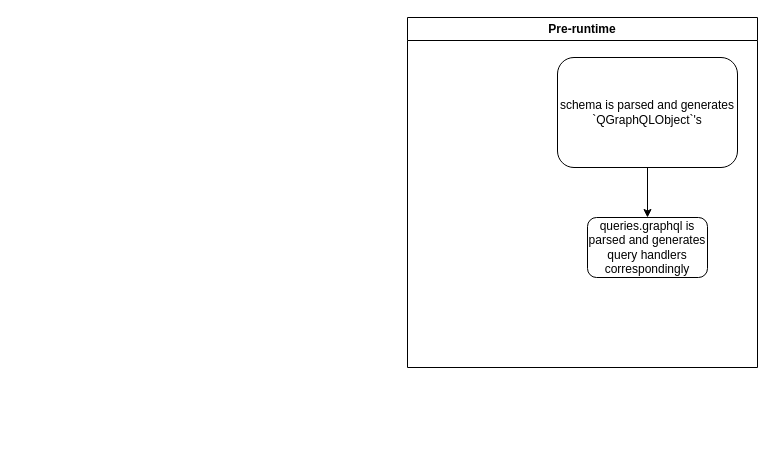
The draw.io diagram qtgql/Untitled Diagram.drawio in nrbnlulu/diagrams, before the edit. Source tidied: cells renumbered, new cells numbered last; positions are measured from the earlier drawing's top-left corner, leaving out a move shared by most shapes. Both pictures are drawn from the tidied source at 100%, with x=0, y=0 at pixel (407, 17).
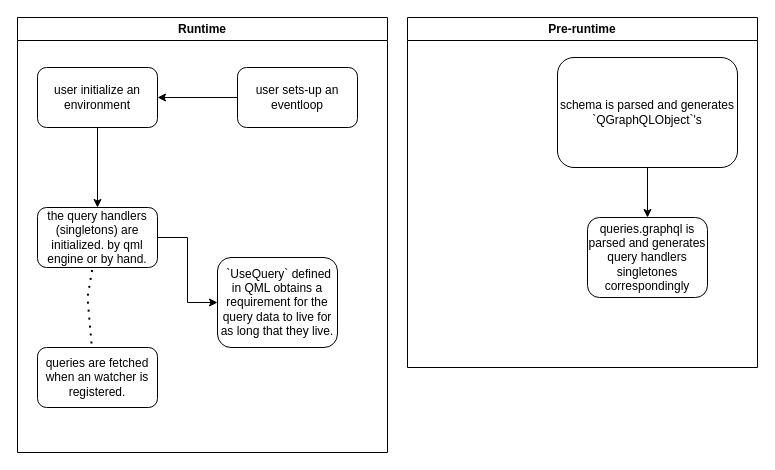
Above is the later version.

The edit, as a diff of the source:
```diff
@@
 <mxGraphModel>
   <root>
     <mxCell id="0" />
     <mxCell id="1" parent="0" />
     <mxCell id="2" value="Pre-runtime&lt;br&gt;" style="swimlane;whiteSpace=wrap;html=1;" parent="1" vertex="1">
       <mxGeometry width="350" height="350" as="geometry" />
     </mxCell>
     <mxCell id="3" style="edgeStyle=orthogonalEdgeStyle;rounded=0;jettySize=auto;html=1;" parent="2" edge="1" source="4" target="5">
       <mxGeometry relative="1" as="geometry" />
     </mxCell>
     <mxCell id="4" value="schema is parsed and generates `QGraphQLObject`'s" style="rounded=1;whiteSpace=wrap;html=1;" parent="2" vertex="1">
       <mxGeometry x="150" y="40" width="180" height="110" as="geometry" />
     </mxCell>
-    <mxCell id="5" value="queries.graphql is parsed and generates query handlers correspondingly" style="whiteSpace=wrap;html=1;rounded=1;" parent="2" vertex="1">
-      <mxGeometry x="180" y="200" width="120" height="60" as="geometry" />
+    <mxCell id="5" value="queries.graphql is parsed and generates query handlers singletones correspondingly" style="whiteSpace=wrap;html=1;rounded=1;" parent="2" vertex="1">
+      <mxGeometry x="180" y="200" width="120" height="80" as="geometry" />
     </mxCell>
+    <mxCell id="6" value="Runtime&lt;br&gt;" style="swimlane;whiteSpace=wrap;html=1;" parent="1" vertex="1">
+      <mxGeometry x="-390" width="370" height="435" as="geometry" />
+    </mxCell>
+    <mxCell id="7" style="edgeStyle=orthogonalEdgeStyle;rounded=0;jettySize=auto;html=1;" parent="6" edge="1" source="8" target="10">
+      <mxGeometry relative="1" as="geometry" />
+    </mxCell>
+    <mxCell id="8" value="user sets-up an eventloop" style="rounded=1;whiteSpace=wrap;html=1;" parent="6" vertex="1">
+      <mxGeometry x="220" y="50" width="120" height="60" as="geometry" />
+    </mxCell>
+    <mxCell id="9" style="edgeStyle=orthogonalEdgeStyle;rounded=0;jettySize=auto;html=1;" parent="6" edge="1" source="10" target="12">
+      <mxGeometry relative="1" as="geometry" />
+    </mxCell>
+    <mxCell id="10" value="user initialize an environment" style="whiteSpace=wrap;html=1;rounded=1;" parent="6" vertex="1">
+      <mxGeometry x="20" y="50" width="120" height="60" as="geometry" />
+    </mxCell>
+    <mxCell id="11" style="edgeStyle=orthogonalEdgeStyle;rounded=0;jettySize=auto;html=1;" parent="6" edge="1" source="12" target="13">
+      <mxGeometry relative="1" as="geometry" />
+    </mxCell>
+    <mxCell id="12" value="the query handlers (singletons) are initialized. by qml engine or by hand." style="whiteSpace=wrap;html=1;rounded=1;" parent="6" vertex="1">
+      <mxGeometry x="20" y="190" width="120" height="60" as="geometry" />
+    </mxCell>
+    <mxCell id="13" value="&amp;nbsp;`UseQuery` defined in QML obtains a requirement for the query data to live for as long that they live." style="whiteSpace=wrap;html=1;rounded=1;" parent="6" vertex="1">
+      <mxGeometry x="200" y="240" width="120" height="90" as="geometry" />
+    </mxCell>
+    <mxCell id="14" value="queries are fetched when an watcher is registered." style="whiteSpace=wrap;html=1;rounded=1;" parent="6" vertex="1">
+      <mxGeometry x="20" y="330" width="120" height="60" as="geometry" />
+    </mxCell>
+    <mxCell id="15" style="endArrow=none;dashed=1;html=1;dashPattern=1 3;strokeWidth=2;rounded=0;exitX=0.45;exitY=-0.067;exitDx=0;exitDy=0;exitPerimeter=0;" parent="6" edge="1" source="14" target="12">
+      <mxGeometry relative="1" as="geometry">
+        <Array as="points">
+          <mxPoint x="70" y="280" />
+        </Array>
+      </mxGeometry>
+    </mxCell>
   </root>
 </mxGraphModel>
```
